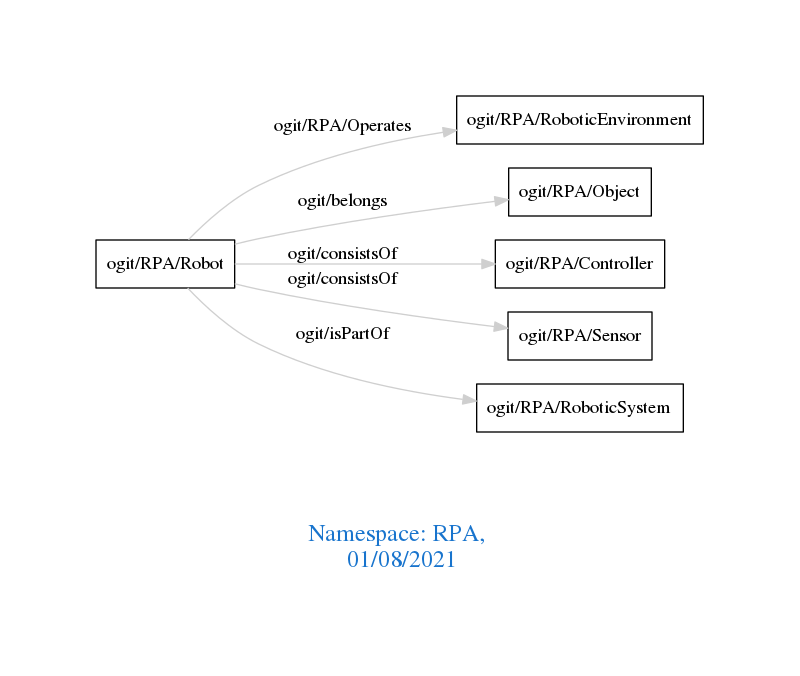
Before: downloads/RPA.png, a diagram exported from Graphviz (arago/OGIT). Its source is kept beside it as downloads/RPA.dot.
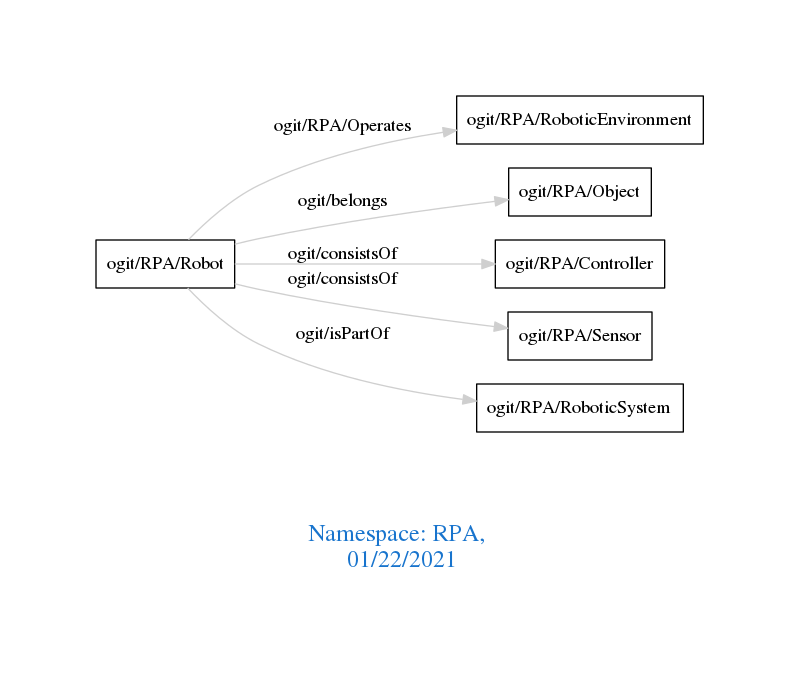
Above is the later version.

Change to the diagram source:
```diff
@@ -1,7 +1,7 @@
 digraph OGIT_ontology {
  graph [ rankdir= LR,pad=1
 fontsize = 18,
-fontcolor= dodgerblue3,label = "\n\n\nNamespace: RPA, \n 01/08/2021"];
+fontcolor= dodgerblue3,label = "\n\n\nNamespace: RPA, \n 01/22/2021"];
 node[shape=polygon];
 edge [  color="gray81"];
 
```
